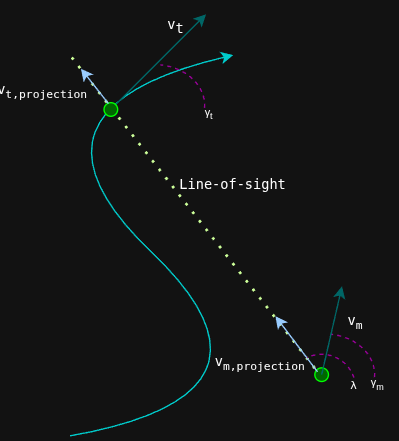
This is docs/img/vtp_angles.png from anujaya-seresinghe/trajectory-control-vtp-los-angle, a draw.io export, as it was before one commit. Source tidied: cells renumbered, new cells last; positions are measured from the earlier drawing's top-left corner, leaving out a move shared by most shapes.
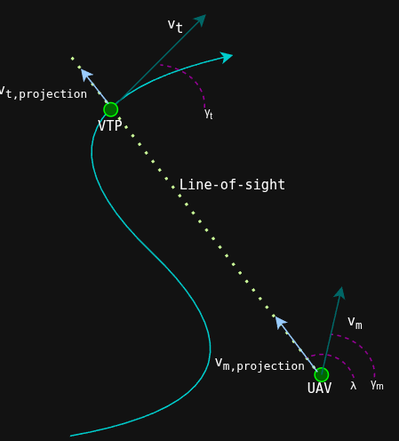
Later version of the same file.

Change to the diagram source:
```diff
@@ -79,5 +79,11 @@
     <mxCell id="20" value="&lt;div&gt;&lt;pre dir=&quot;ltr&quot;&gt;&lt;p&gt;&lt;font style=&quot;font-size: 8px;&quot;&gt; &lt;span class=&quot;rQesXe MPyX&quot; style=&quot;font-family: &amp;quot;Google Sans&amp;quot;, sans-serif; margin: 0px; border-bottom: 0px rgb(238, 240, 255);&quot;&gt;γ&lt;sub&gt;t&lt;/sub&gt;&lt;/span&gt;&lt;/font&gt;&lt;/p&gt;&lt;p&gt;&lt;/p&gt;&lt;/pre&gt;&lt;/div&gt;&lt;p&gt;&lt;/p&gt;" style="text;html=1;whiteSpace=wrap;strokeColor=none;fillColor=none;align=center;verticalAlign=middle;rounded=0;" parent="1" vertex="1">
       <mxGeometry x="140" y="63" width="20" height="30" as="geometry" />
     </mxCell>
+    <mxCell id="21" value="&lt;div&gt;&lt;pre dir=&quot;ltr&quot;&gt;&lt;p&gt;&lt;span style=&quot;font-size: 10px;&quot;&gt;VTP&lt;/span&gt;&lt;/p&gt;&lt;p&gt;&lt;/p&gt;&lt;/pre&gt;&lt;/div&gt;&lt;p&gt;&lt;/p&gt;" style="text;html=1;whiteSpace=wrap;strokeColor=none;fillColor=none;align=center;verticalAlign=middle;rounded=0;" parent="1" vertex="1">
+      <mxGeometry x="50" y="74" width="60" height="30" as="geometry" />
+    </mxCell>
+    <mxCell id="22" value="&lt;div&gt;&lt;pre dir=&quot;ltr&quot;&gt;&lt;p&gt;&lt;span style=&quot;font-size: 10px;&quot;&gt;UAV&lt;/span&gt;&lt;/p&gt;&lt;p&gt;&lt;/p&gt;&lt;/pre&gt;&lt;/div&gt;&lt;p&gt;&lt;/p&gt;" style="text;html=1;whiteSpace=wrap;strokeColor=none;fillColor=none;align=center;verticalAlign=middle;rounded=0;" parent="1" vertex="1">
+      <mxGeometry x="204" y="267" width="60" height="30" as="geometry" />
+    </mxCell>
   </root>
 </mxGraphModel>
```
